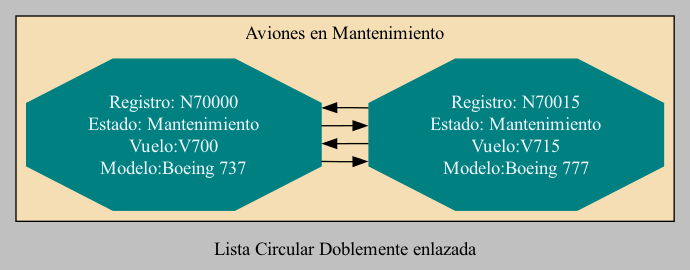
The Graphviz diagram grafica_AvionesM.png in Edwinhndz/201807124_EDD_Proyecto, before a commit. Its source is kept beside it as grafica_AvionesM.dot.
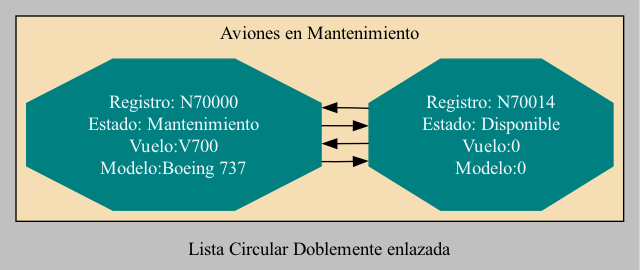
The same file after the commit.

The edit, as a diff of the source:
```diff
@@ -8,10 +8,10 @@
 Estado: Mantenimiento
 Vuelo:V700
 Modelo:Boeing 737"]
-nodo1[ shape=octagon, fontcolor=aliceblue , style=filled,color=teal, label="Registro: N70015
-Estado: Mantenimiento
-Vuelo:V715
-Modelo:Boeing 777"]
+nodo1[ shape=octagon, fontcolor=aliceblue , style=filled,color=teal, label="Registro: N70014
+Estado: Disponible
+Vuelo:0
+Modelo:0"]
 nodo0 -> nodo1;
 nodo1
 nodo1 -> nodo0;
```
